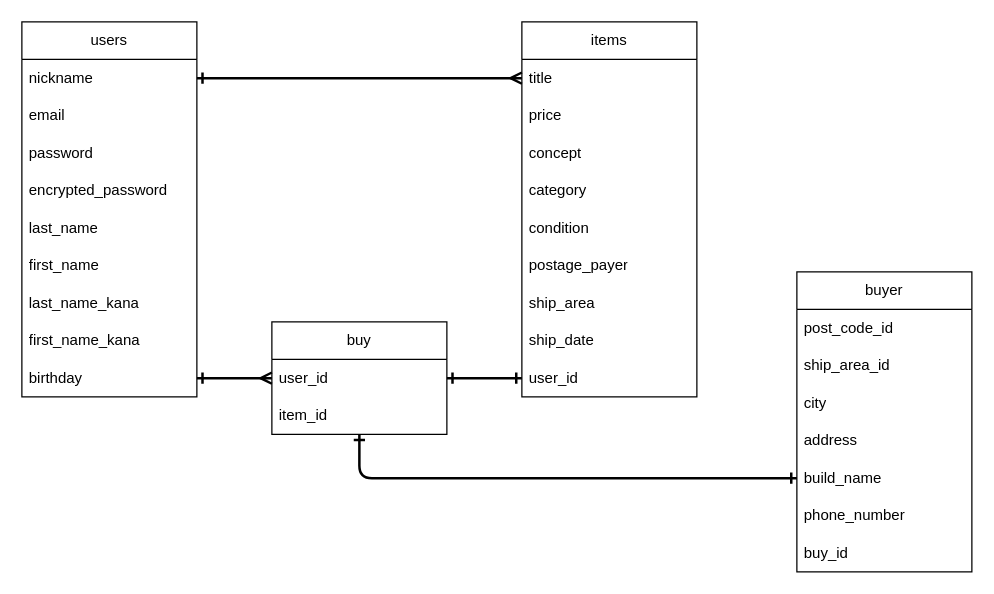
Before: er.dio in nobuyuki-hirai/furima-38643, a draw.io diagram. Source tidied: cells renumbered, new cells numbered last; positions are measured from the earlier drawing's top-left corner, leaving out a move shared by most shapes. Both pictures are drawn from the tidied source at 125%, with x=0, y=0 at pixel (21, 21).
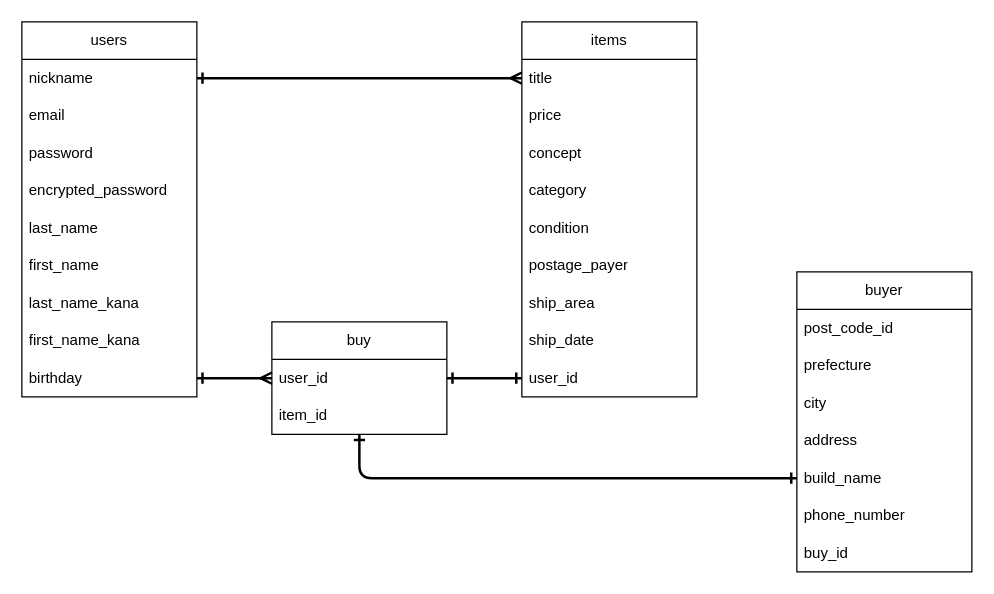
Above is the later version.

Unchanged cells that the change refers to:
```xml
<mxCell id="22" value="buyer" style="swimlane;fontStyle=0;horizontal=1;startSize=30;whiteSpace=wrap;html=1;" parent="1" vertex="1">
  <mxGeometry x="620" y="200" width="140" height="240" as="geometry" />
</mxCell>
```

Change to the diagram source:
```diff
@@
-    <mxCell id="24" value="ship_area_id" style="text;strokeColor=none;fillColor=none;align=left;verticalAlign=middle;spacingLeft=4;spacingRight=4;overflow=hidden;whiteSpace=wrap;html=1;" parent="22" vertex="1">
+    <mxCell id="24" value="prefecture" style="text;strokeColor=none;fillColor=none;align=left;verticalAlign=middle;spacingLeft=4;spacingRight=4;overflow=hidden;whiteSpace=wrap;html=1;" parent="22" vertex="1">
       <mxGeometry y="60" width="140" height="30" as="geometry" />
     </mxCell>
```
